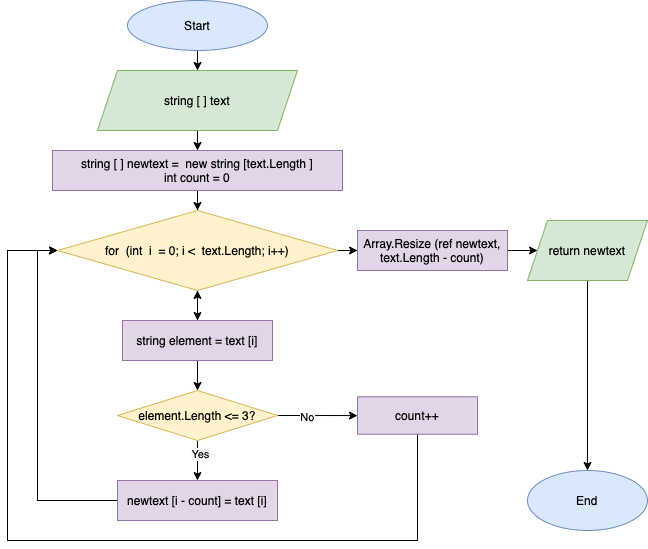
The draw.io diagram diagram1.png in sdhomenko/finalTestWork, before a commit. Source tidied: cells renumbered, new cells last; positions are measured from the earlier drawing's top-left corner, leaving out a move shared by most shapes.
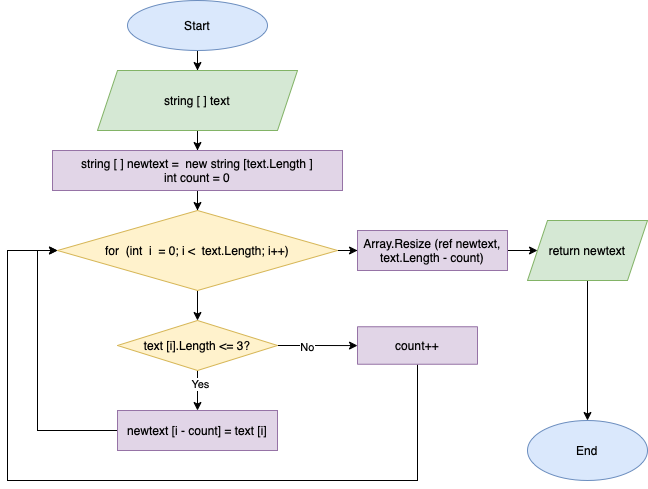
After the commit.

Commit message:
UPD diagram

Change to the diagram source:
```diff
@@ -20,24 +20,15 @@
     <mxCell id="7" value="string [ ] newtext = &amp;nbsp;new string [text.Length ]&lt;br&gt;int count = 0" style="whiteSpace=wrap;html=1;fillColor=#e1d5e7;strokeColor=#9673a6;" parent="1" vertex="1">
       <mxGeometry x="45" y="150" width="290" height="40" as="geometry" />
     </mxCell>
-    <mxCell id="8" style="edgeStyle=orthogonalEdgeStyle;rounded=0;jettySize=auto;html=1;" parent="1" edge="1" source="10" target="13">
-      <mxGeometry relative="1" as="geometry" />
-    </mxCell>
     <mxCell id="9" style="edgeStyle=orthogonalEdgeStyle;rounded=0;jettySize=auto;html=1;" parent="1" edge="1" source="10" target="27">
       <mxGeometry relative="1" as="geometry" />
     </mxCell>
+    <mxCell id="28" style="edgeStyle=orthogonalEdgeStyle;rounded=0;jettySize=auto;html=1;" parent="1" edge="1" source="10" target="18">
+      <mxGeometry relative="1" as="geometry" />
+    </mxCell>
     <mxCell id="10" value="for &amp;nbsp;(int &amp;nbsp;i &amp;nbsp;= 0; i &amp;lt; &amp;nbsp;text.Length; i++)" style="rhombus;whiteSpace=wrap;html=1;fillColor=#fff2cc;strokeColor=#d6b656;" parent="1" vertex="1">
       <mxGeometry x="50" y="210" width="280" height="80" as="geometry" />
     </mxCell>
-    <mxCell id="11" style="edgeStyle=orthogonalEdgeStyle;rounded=0;jettySize=auto;html=1;" parent="1" edge="1" source="13" target="18">
-      <mxGeometry relative="1" as="geometry" />
-    </mxCell>
-    <mxCell id="12" style="edgeStyle=orthogonalEdgeStyle;rounded=0;jettySize=auto;html=1;" parent="1" edge="1" source="13" target="10">
-      <mxGeometry relative="1" as="geometry" />
-    </mxCell>
-    <mxCell id="13" value="string element = text [i]" style="whiteSpace=wrap;html=1;fillColor=#e1d5e7;strokeColor=#9673a6;" parent="1" vertex="1">
-      <mxGeometry x="115" y="320" width="150" height="40" as="geometry" />
-    </mxCell>
     <mxCell id="14" style="edgeStyle=orthogonalEdgeStyle;rounded=0;jettySize=auto;html=1;" parent="1" edge="1" source="18" target="20">
       <mxGeometry relative="1" as="geometry" />
     </mxCell>
@@ -50,14 +41,14 @@
     <mxCell id="17" value="No" style="edgeLabel;html=1;align=center;verticalAlign=middle;" parent="16" vertex="1">
       <mxGeometry x="-0.27" y="-1" relative="1" as="geometry" />
     </mxCell>
-    <mxCell id="18" value="element.Length &amp;lt;= 3?" style="rhombus;whiteSpace=wrap;html=1;fillColor=#fff2cc;strokeColor=#d6b656;" parent="1" vertex="1">
-      <mxGeometry x="110" y="390" width="160" height="50" as="geometry" />
+    <mxCell id="18" value="text [i].Length &amp;lt;= 3?" style="rhombus;whiteSpace=wrap;html=1;fillColor=#fff2cc;strokeColor=#d6b656;" parent="1" vertex="1">
+      <mxGeometry x="110" y="320" width="160" height="50" as="geometry" />
     </mxCell>
     <mxCell id="19" style="edgeStyle=orthogonalEdgeStyle;rounded=0;jettySize=auto;html=1;exitX=0;exitY=0.5;exitDx=0;exitDy=0;entryX=0;entryY=0.5;entryDx=0;entryDy=0;" parent="1" edge="1" source="20" target="10">
       <mxGeometry relative="1" as="geometry" />
     </mxCell>
     <mxCell id="20" value="newtext [i - count] = text [i]" style="whiteSpace=wrap;html=1;fillColor=#e1d5e7;strokeColor=#9673a6;" parent="1" vertex="1">
-      <mxGeometry x="110" y="480" width="160" height="40" as="geometry" />
+      <mxGeometry x="110" y="410" width="160" height="40" as="geometry" />
     </mxCell>
     <mxCell id="21" style="edgeStyle=orthogonalEdgeStyle;rounded=0;jettySize=auto;html=1;exitX=0.5;exitY=1;exitDx=0;exitDy=0;" parent="1" edge="1" source="22" target="23">
       <mxGeometry relative="1" as="geometry" />
@@ -66,19 +57,19 @@
       <mxGeometry x="520" y="220" width="120" height="60" as="geometry" />
     </mxCell>
     <mxCell id="23" value="End" style="ellipse;whiteSpace=wrap;html=1;fillColor=#dae8fc;strokeColor=#6c8ebf;" parent="1" vertex="1">
-      <mxGeometry x="520" y="470" width="120" height="60" as="geometry" />
+      <mxGeometry x="520" y="420" width="120" height="60" as="geometry" />
     </mxCell>
     <mxCell id="24" style="edgeStyle=orthogonalEdgeStyle;rounded=0;jettySize=auto;html=1;exitX=0.5;exitY=1;exitDx=0;exitDy=0;entryX=0;entryY=0.5;entryDx=0;entryDy=0;" parent="1" edge="1" source="25" target="10">
       <mxGeometry relative="1" as="geometry">
         <Array as="points">
-          <mxPoint x="410" y="540" />
-          <mxPoint y="540" />
+          <mxPoint x="410" y="480" />
+          <mxPoint y="480" />
           <mxPoint y="250" />
         </Array>
       </mxGeometry>
     </mxCell>
     <mxCell id="25" value="count++" style="whiteSpace=wrap;html=1;fillColor=#e1d5e7;strokeColor=#9673a6;" parent="1" vertex="1">
-      <mxGeometry x="350" y="396.2" width="120" height="37.5" as="geometry" />
+      <mxGeometry x="350" y="326.2" width="120" height="37.5" as="geometry" />
     </mxCell>
     <mxCell id="26" style="edgeStyle=orthogonalEdgeStyle;rounded=0;jettySize=auto;html=1;" parent="1" edge="1" source="27" target="22">
       <mxGeometry relative="1" as="geometry" />
```
